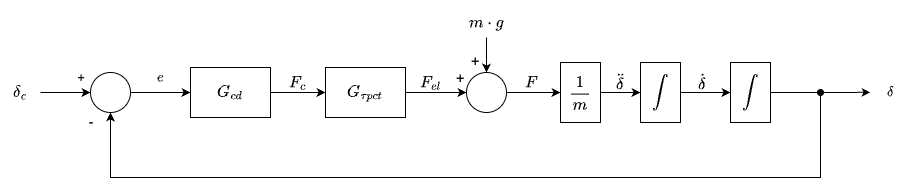
Earlier version of the draw.io export assets/Chap4/PIDBloc.png (ulucinar-can/template-tb). Source tidied: cells renumbered, new cells last; positions are measured from the earlier drawing's top-left corner, leaving out a move shared by most shapes.
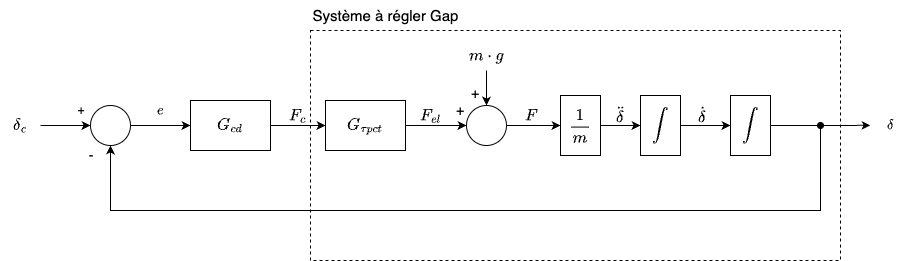
The same file after the commit.

Commit message:
Ajout image pid et equa sys régler

The edit, as a diff of the source:
```diff
@@ -100,5 +100,11 @@
     <mxCell id="31" value="-" style="text;html=1;whiteSpace=wrap;strokeColor=none;fillColor=none;align=center;verticalAlign=middle;rounded=0;fontSize=14;" parent="1" vertex="1">
       <mxGeometry x="61" y="100" width="60" height="30" as="geometry" />
     </mxCell>
+    <mxCell id="32" style="rounded=0;whiteSpace=wrap;html=1;strokeColor=default;fillColor=none;dashed=1;" parent="1" vertex="1">
+      <mxGeometry x="310" y="-10" width="530" height="230" as="geometry" />
+    </mxCell>
+    <mxCell id="33" value="&lt;font style=&quot;font-size: 15px;&quot;&gt;Système à régler Gap&lt;/font&gt;" style="text;html=1;align=center;verticalAlign=middle;strokeColor=none;fillColor=none;" parent="1" vertex="1">
+      <mxGeometry x="300" y="-40" width="170" height="30" as="geometry" />
+    </mxCell>
   </root>
 </mxGraphModel>
```
